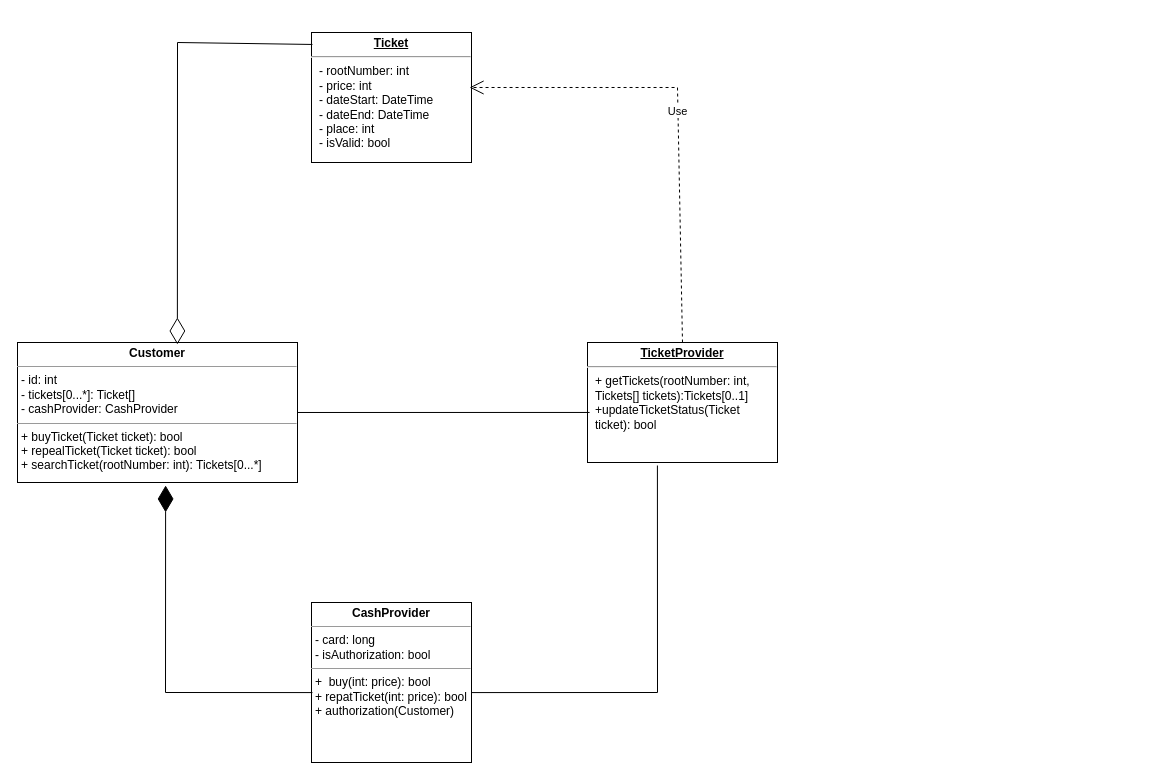
The draw.io diagram UML/Диаграмма без названия.drawio in bayushidzen/ArchStore, before the edit. Source tidied: cells renumbered, new cells numbered last; positions are measured from the earlier drawing's top-left corner, leaving out a move shared by most shapes. Both pictures are drawn from the tidied source at 100%, with x=0, y=0 at pixel (17, 32).
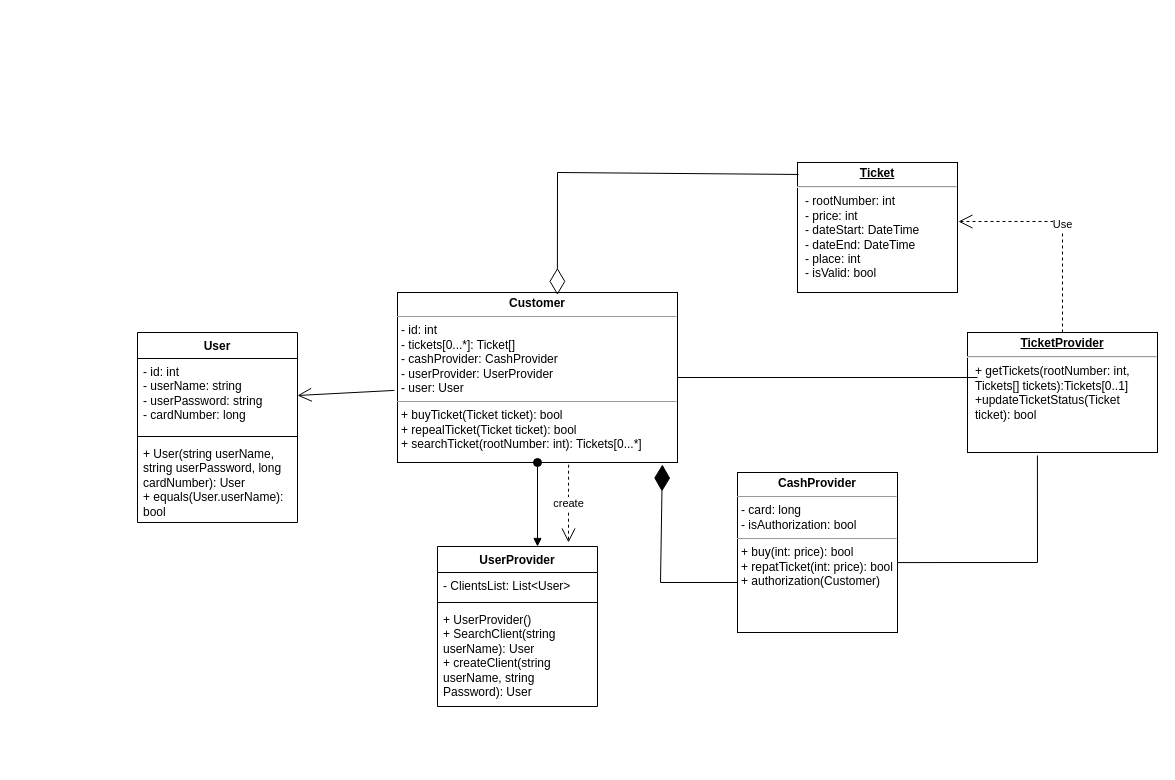
After the change.

The edit, as a diff of the source:
```diff
@@
-    <mxCell id="2" value="&lt;p style=&quot;margin:0px;margin-top:4px;text-align:center;&quot;&gt;&lt;b&gt;Customer&lt;/b&gt;&lt;/p&gt;&lt;hr size=&quot;1&quot;&gt;&lt;p style=&quot;margin:0px;margin-left:4px;&quot;&gt;- id: int&lt;br&gt;- tickets[0...*]: Ticket[]&lt;/p&gt;&lt;p style=&quot;margin:0px;margin-left:4px;&quot;&gt;- cashProvider: CashProvider&lt;/p&gt;&lt;hr size=&quot;1&quot;&gt;&lt;p style=&quot;margin:0px;margin-left:4px;&quot;&gt;+ buyTicket(Ticket ticket): bool&lt;/p&gt;&lt;p style=&quot;margin:0px;margin-left:4px;&quot;&gt;+ repealTicket(Ticket ticket): bool&lt;br&gt;+ searchTicket(rootNumber: int): Tickets[0...*]&lt;/p&gt;" style="verticalAlign=top;align=left;overflow=fill;fontSize=12;fontFamily=Helvetica;html=1;whiteSpace=wrap;" parent="1" vertex="1">
-      <mxGeometry y="310" width="280" height="140" as="geometry" />
+    <mxCell id="2" value="&lt;p style=&quot;margin:0px;margin-top:4px;text-align:center;&quot;&gt;&lt;b&gt;Customer&lt;/b&gt;&lt;/p&gt;&lt;hr size=&quot;1&quot;&gt;&lt;p style=&quot;margin:0px;margin-left:4px;&quot;&gt;- id: int&lt;br&gt;- tickets[0...*]: Ticket[]&lt;/p&gt;&lt;p style=&quot;margin:0px;margin-left:4px;&quot;&gt;- cashProvider: CashProvider&lt;/p&gt;&lt;p style=&quot;margin:0px;margin-left:4px;&quot;&gt;- userProvider: UserProvider&lt;/p&gt;&lt;p style=&quot;margin:0px;margin-left:4px;&quot;&gt;- user: User&lt;/p&gt;&lt;hr size=&quot;1&quot;&gt;&lt;p style=&quot;margin:0px;margin-left:4px;&quot;&gt;+ buyTicket(Ticket ticket): bool&lt;/p&gt;&lt;p style=&quot;margin:0px;margin-left:4px;&quot;&gt;+ repealTicket(Ticket ticket): bool&lt;br&gt;+ searchTicket(rootNumber: int): Tickets[0...*]&lt;/p&gt;" style="verticalAlign=top;align=left;overflow=fill;fontSize=12;fontFamily=Helvetica;html=1;whiteSpace=wrap;" parent="1" vertex="1">
+      <mxGeometry x="380" y="260" width="280" height="170" as="geometry" />
     </mxCell>
     <mxCell id="3" value="&lt;p style=&quot;margin:0px;margin-top:4px;text-align:center;text-decoration:underline;&quot;&gt;&lt;b&gt;Ticket&lt;/b&gt;&lt;/p&gt;&lt;hr&gt;&lt;p style=&quot;margin:0px;margin-left:8px;&quot;&gt;- rootNumber: int&lt;/p&gt;&lt;p style=&quot;margin:0px;margin-left:8px;&quot;&gt;- price: int&lt;/p&gt;&lt;p style=&quot;margin:0px;margin-left:8px;&quot;&gt;- dateStart: DateTime&lt;/p&gt;&lt;p style=&quot;margin:0px;margin-left:8px;&quot;&gt;- dateEnd: DateTime&lt;/p&gt;&lt;p style=&quot;margin:0px;margin-left:8px;&quot;&gt;- place: int&lt;/p&gt;&lt;p style=&quot;margin:0px;margin-left:8px;&quot;&gt;- isValid: bool&lt;/p&gt;" style="verticalAlign=top;align=left;overflow=fill;fontSize=12;fontFamily=Helvetica;html=1;whiteSpace=wrap;" parent="1" vertex="1">
-      <mxGeometry x="294" width="160" height="130" as="geometry" />
+      <mxGeometry x="780" y="130" width="160" height="130" as="geometry" />
     </mxCell>
     <mxCell id="4" value="&lt;p style=&quot;margin:0px;margin-top:4px;text-align:center;text-decoration:underline;&quot;&gt;&lt;b&gt;TicketProvider&lt;/b&gt;&lt;/p&gt;&lt;hr&gt;&lt;p style=&quot;margin:0px;margin-left:8px;&quot;&gt;+ getTickets(rootNumber: int, Tickets[] tickets):Tickets[0..1]&lt;/p&gt;&lt;p style=&quot;margin:0px;margin-left:8px;&quot;&gt;+updateTicketStatus(Ticket ticket): bool&amp;nbsp;&lt;/p&gt;" style="verticalAlign=top;align=left;overflow=fill;fontSize=12;fontFamily=Helvetica;html=1;whiteSpace=wrap;" parent="1" vertex="1">
-      <mxGeometry x="570" y="310" width="190" height="120" as="geometry" />
+      <mxGeometry x="950" y="300" width="190" height="120" as="geometry" />
     </mxCell>
-    <mxCell id="5" value="&lt;p style=&quot;margin:0px;margin-top:4px;text-align:center;&quot;&gt;&lt;b&gt;CashProvider&lt;/b&gt;&lt;/p&gt;&lt;hr size=&quot;1&quot;&gt;&lt;p style=&quot;margin:0px;margin-left:4px;&quot;&gt;- card: long&lt;/p&gt;&lt;p style=&quot;margin:0px;margin-left:4px;&quot;&gt;- isAuthorization: bool&lt;/p&gt;&lt;hr size=&quot;1&quot;&gt;&lt;p style=&quot;margin:0px;margin-left:4px;&quot;&gt;+&amp;nbsp; buy(int: price): bool&lt;/p&gt;&lt;p style=&quot;margin:0px;margin-left:4px;&quot;&gt;+ repatTicket(int: price): bool&lt;/p&gt;&lt;p style=&quot;margin:0px;margin-left:4px;&quot;&gt;+ authorization(Customer)&lt;/p&gt;" style="verticalAlign=top;align=left;overflow=fill;fontSize=12;fontFamily=Helvetica;html=1;whiteSpace=wrap;" parent="1" vertex="1">
-      <mxGeometry x="294" y="570" width="160" height="160" as="geometry" />
+    <mxCell id="5" value="&lt;p style=&quot;margin:0px;margin-top:4px;text-align:center;&quot;&gt;&lt;b&gt;CashProvider&lt;/b&gt;&lt;/p&gt;&lt;hr size=&quot;1&quot;&gt;&lt;p style=&quot;margin:0px;margin-left:4px;&quot;&gt;- card: long&lt;/p&gt;&lt;p style=&quot;margin:0px;margin-left:4px;&quot;&gt;- isAuthorization: bool&lt;/p&gt;&lt;hr size=&quot;1&quot;&gt;&lt;p style=&quot;margin:0px;margin-left:4px;&quot;&gt;+&amp;nbsp;&lt;span style=&quot;background-color: initial;&quot;&gt;buy(int: price): bool&lt;/span&gt;&lt;/p&gt;&lt;p style=&quot;margin:0px;margin-left:4px;&quot;&gt;+ repatTicket(int: price): bool&lt;/p&gt;&lt;p style=&quot;margin:0px;margin-left:4px;&quot;&gt;+ authorization(Customer)&lt;/p&gt;" style="verticalAlign=top;align=left;overflow=fill;fontSize=12;fontFamily=Helvetica;html=1;whiteSpace=wrap;" parent="1" vertex="1">
+      <mxGeometry x="720" y="440" width="160" height="160" as="geometry" />
     </mxCell>
-    <mxCell id="6" value="Use" style="endArrow=open;endSize=12;dashed=1;html=1;rounded=0;entryX=0.988;entryY=0.423;entryDx=0;entryDy=0;entryPerimeter=0;exitX=0.5;exitY=0;exitDx=0;exitDy=0;" parent="1" edge="1" source="4" target="3">
+    <mxCell id="6" value="Use" style="endArrow=open;endSize=12;dashed=1;html=1;rounded=0;exitX=0.5;exitY=0;exitDx=0;exitDy=0;entryX=1.006;entryY=0.454;entryDx=0;entryDy=0;entryPerimeter=0;" parent="1" edge="1" source="4" target="3">
       <mxGeometry relative="1" as="geometry">
         <Array as="points">
-          <mxPoint x="660" y="55" />
+          <mxPoint x="1045" y="189" />
         </Array>
       </mxGeometry>
     </mxCell>
     <mxCell id="7" style="endArrow=none;html=1;rounded=0;entryX=1;entryY=0.563;entryDx=0;entryDy=0;entryPerimeter=0;exitX=0.368;exitY=1.025;exitDx=0;exitDy=0;exitPerimeter=0;" parent="1" edge="1" source="4" target="5">
       <mxGeometry relative="1" as="geometry">
         <Array as="points">
-          <mxPoint x="640" y="660" />
+          <mxPoint x="1020" y="530" />
         </Array>
       </mxGeometry>
     </mxCell>
     <mxCell id="8" style="endArrow=diamondThin;endFill=0;endSize=24;html=1;rounded=0;entryX=0.571;entryY=0.014;entryDx=0;entryDy=0;entryPerimeter=0;exitX=0.006;exitY=0.092;exitDx=0;exitDy=0;exitPerimeter=0;" parent="1" edge="1" source="3" target="2">
       <mxGeometry relative="1" as="geometry">
         <Array as="points">
-          <mxPoint x="160" y="10" />
+          <mxPoint x="540" y="140" />
         </Array>
       </mxGeometry>
     </mxCell>
-    <mxCell id="9" style="endArrow=none;html=1;rounded=0;entryX=0.011;entryY=0.583;entryDx=0;entryDy=0;entryPerimeter=0;" parent="1" edge="1" source="2" target="4">
+    <mxCell id="9" style="endArrow=none;html=1;rounded=0;entryX=0.053;entryY=0.375;entryDx=0;entryDy=0;entryPerimeter=0;" parent="1" edge="1" source="2" target="4">
       <mxGeometry relative="1" as="geometry" />
     </mxCell>
-    <mxCell id="10" style="endArrow=diamondThin;endFill=1;endSize=24;html=1;rounded=0;entryX=0.529;entryY=1.021;entryDx=0;entryDy=0;entryPerimeter=0;exitX=0.006;exitY=0.563;exitDx=0;exitDy=0;exitPerimeter=0;" parent="1" edge="1" source="5" target="2">
+    <mxCell id="10" style="endArrow=diamondThin;endFill=1;endSize=24;html=1;rounded=0;entryX=0.946;entryY=1.012;entryDx=0;entryDy=0;entryPerimeter=0;" parent="1" edge="1" target="2">
       <mxGeometry relative="1" as="geometry">
+        <mxPoint x="720" y="550" as="sourcePoint" />
         <Array as="points">
-          <mxPoint x="148" y="660" />
+          <mxPoint x="643" y="550" />
         </Array>
       </mxGeometry>
     </mxCell>
+    <mxCell id="11" value="UserProvider" style="swimlane;fontStyle=1;align=center;verticalAlign=top;horizontal=1;startSize=26;whiteSpace=wrap;html=1;" parent="1" vertex="1">
+      <mxGeometry x="420" y="514" width="160" height="160" as="geometry" />
+    </mxCell>
+    <mxCell id="12" value="- ClientsList: List&amp;lt;User&amp;gt;" style="text;strokeColor=none;fillColor=none;align=left;verticalAlign=top;spacingLeft=4;spacingRight=4;overflow=hidden;whiteSpace=wrap;html=1;" parent="11" vertex="1">
+      <mxGeometry y="26" width="160" height="26" as="geometry" />
+    </mxCell>
+    <mxCell id="13" style="line;strokeWidth=1;fillColor=none;align=left;verticalAlign=middle;spacingTop=-1;spacingLeft=3;spacingRight=3;labelPosition=right;strokeColor=inherit;" parent="11" vertex="1">
+      <mxGeometry y="52" width="160" height="8" as="geometry" />
+    </mxCell>
+    <mxCell id="14" value="+ UserProvider()&lt;br&gt;+ SearchClient(string userName): User&lt;br&gt;+ createClient(string userName, string Password): User" style="text;strokeColor=none;fillColor=none;align=left;verticalAlign=top;spacingLeft=4;spacingRight=4;overflow=hidden;whiteSpace=wrap;html=1;" parent="11" vertex="1">
+      <mxGeometry y="60" width="160" height="100" as="geometry" />
+    </mxCell>
+    <mxCell id="15" value="create" style="endArrow=open;endSize=12;dashed=1;html=1;rounded=0;exitX=0.611;exitY=1.013;exitDx=0;exitDy=0;exitPerimeter=0;" parent="11" edge="1" source="2">
+      <mxGeometry relative="1" as="geometry">
+        <mxPoint x="131" y="-4" as="targetPoint" />
+      </mxGeometry>
+    </mxCell>
+    <mxCell id="16" style="html=1;verticalAlign=bottom;startArrow=oval;startFill=1;endArrow=block;startSize=8;curved=0;rounded=0;exitX=0.5;exitY=1;exitDx=0;exitDy=0;entryX=0.625;entryY=0;entryDx=0;entryDy=0;entryPerimeter=0;" parent="1" edge="1" source="2" target="11">
+      <mxGeometry relative="1" as="geometry" />
+    </mxCell>
+    <mxCell id="17" value="User" style="swimlane;fontStyle=1;align=center;verticalAlign=top;horizontal=1;startSize=26;whiteSpace=wrap;html=1;" parent="1" vertex="1">
+      <mxGeometry x="120" y="300" width="160" height="190" as="geometry" />
+    </mxCell>
+    <mxCell id="18" value="- id: int&lt;br&gt;- userName: string&lt;br&gt;- userPassword: string&lt;br&gt;- cardNumber: long" style="text;strokeColor=none;fillColor=none;align=left;verticalAlign=top;spacingLeft=4;spacingRight=4;overflow=hidden;points=[[0,0.5],[1,0.5]];portConstraint=eastwest;whiteSpace=wrap;html=1;" parent="17" vertex="1">
+      <mxGeometry y="26" width="160" height="74" as="geometry" />
+    </mxCell>
+    <mxCell id="19" style="line;strokeWidth=1;fillColor=none;align=left;verticalAlign=middle;spacingTop=-1;spacingLeft=3;spacingRight=3;labelPosition=right;strokeColor=inherit;" parent="17" vertex="1">
+      <mxGeometry y="100" width="160" height="8" as="geometry" />
+    </mxCell>
+    <mxCell id="20" value="+ User(string userName, string userPassword, long cardNumber): User&lt;br&gt;+ equals(User.userName): bool" style="text;strokeColor=none;fillColor=none;align=left;verticalAlign=top;spacingLeft=4;spacingRight=4;overflow=hidden;whiteSpace=wrap;html=1;" parent="17" vertex="1">
+      <mxGeometry y="108" width="160" height="82" as="geometry" />
+    </mxCell>
+    <mxCell id="21" style="endArrow=open;endFill=1;endSize=12;html=1;rounded=0;entryX=1;entryY=0.5;entryDx=0;entryDy=0;exitX=-0.011;exitY=0.576;exitDx=0;exitDy=0;exitPerimeter=0;" parent="1" edge="1" source="2" target="18">
+      <mxGeometry relative="1" as="geometry" />
+    </mxCell>
```
